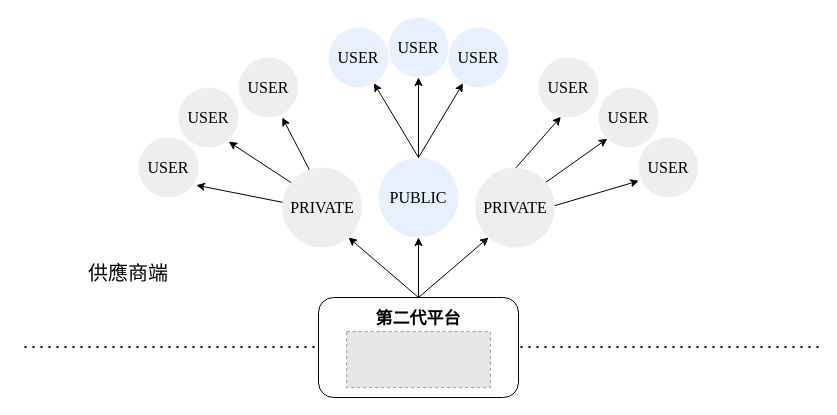
Above: 論文ver1/圖片/frontier平台階段二.drawio in carina419/NTUST (draw.io), before the change. Source tidied: cells renumbered, new cells numbered last; positions are measured from the earlier drawing's top-left corner, leaving out a move shared by most shapes. Both pictures are drawn from the tidied source at 100%, with x=0, y=0 at pixel (18, 17). Pictures stored in the file or linked from it are replaced by grey dashed boxes.
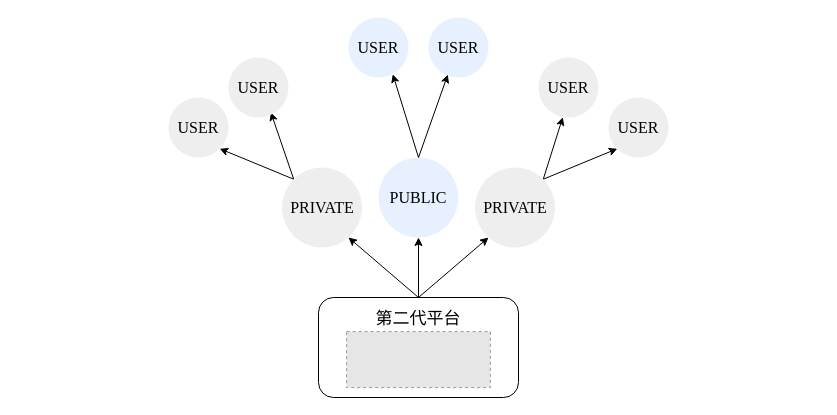
Above is the later version.

The change refers to these unchanged cells:
```xml
<mxCell id="9" value="&lt;font&gt;&lt;span style=&quot;font-size: 16px;&quot;&gt;PRIVATE&lt;/span&gt;&lt;/font&gt;" style="ellipse;whiteSpace=wrap;html=1;fillColor=#eeeeee;strokeColor=none;fontFamily=Garamond;" parent="1" vertex="1">
  <mxGeometry x="263.5" y="150" width="80" height="80" as="geometry" />
</mxCell>
<mxCell id="10" value="&lt;font&gt;&lt;span style=&quot;font-size: 16px;&quot;&gt;PRIVATE&lt;/span&gt;&lt;/font&gt;" style="ellipse;whiteSpace=wrap;html=1;fillColor=#eeeeee;strokeColor=none;fontFamily=Garamond;" parent="1" vertex="1">
  <mxGeometry x="456.5" y="150" width="80" height="80" as="geometry" />
</mxCell>
<mxCell id="18" value="&lt;div&gt;&lt;font&gt;&lt;span style=&quot;font-size: 16px;&quot;&gt;USER&lt;/span&gt;&lt;/font&gt;&lt;/div&gt;" style="ellipse;whiteSpace=wrap;html=1;fillColor=#eeeeee;strokeColor=none;fontFamily=Garamond;" parent="1" vertex="1">
  <mxGeometry x="520" y="40" width="60" height="60" as="geometry" />
</mxCell>
<mxCell id="22" style="group;" parent="21" vertex="1">
  <mxGeometry width="200" height="100" as="geometry" />
</mxCell>
```

The edit, as a diff of the source:
```diff
@@
-    <mxCell id="2" style="endArrow=none;dashed=1;html=1;dashPattern=1 3;strokeWidth=2;rounded=0;" parent="1" edge="1">
-      <mxGeometry relative="1" as="geometry">
-        <mxPoint x="800" y="329.4" as="sourcePoint" />
-        <mxPoint y="329.4" as="targetPoint" />
-        <Array as="points">
-          <mxPoint x="230" y="329.4" />
-        </Array>
-      </mxGeometry>
-    </mxCell>
-    <mxCell id="3" style="endArrow=classic;html=1;rounded=0;entryX=0.005;entryY=0.722;entryDx=0;entryDy=0;entryPerimeter=0;" parent="1" edge="1" target="20">
-      <mxGeometry relative="1" as="geometry">
-        <mxPoint x="530" y="190" as="sourcePoint" />
-      </mxGeometry>
+    <mxCell id="3" style="endArrow=classic;html=1;rounded=0;exitX=1;exitY=0;exitDx=0;exitDy=0;entryX=0;entryY=1;entryDx=0;entryDy=0;" parent="1" edge="1" source="10" target="20">
+      <mxGeometry relative="1" as="geometry" />
     </mxCell>
-    <mxCell id="4" style="endArrow=classic;html=1;rounded=0;entryX=0;entryY=1;entryDx=0;entryDy=0;" parent="1" edge="1" target="19">
-      <mxGeometry relative="1" as="geometry">
-        <mxPoint x="520" y="170" as="sourcePoint" />
-      </mxGeometry>
-    </mxCell>
-    <mxCell id="5" style="endArrow=classic;html=1;rounded=0;entryX=0.373;entryY=0.988;entryDx=0;entryDy=0;entryPerimeter=0;" parent="1" edge="1" target="18">
-      <mxGeometry relative="1" as="geometry">
-        <mxPoint x="480" y="170" as="sourcePoint" />
-      </mxGeometry>
+    <mxCell id="5" style="endArrow=classic;html=1;rounded=0;exitX=1;exitY=0;exitDx=0;exitDy=0;entryX=0.405;entryY=0.995;entryDx=0;entryDy=0;entryPerimeter=0;" parent="1" edge="1" source="10" target="18">
+      <mxGeometry relative="1" as="geometry" />
     </mxCell>
-    <mxCell id="6" style="endArrow=classic;html=1;rounded=0;entryX=0.965;entryY=0.795;entryDx=0;entryDy=0;entryPerimeter=0;" parent="1" edge="1" target="15">
-      <mxGeometry relative="1" as="geometry">
-        <mxPoint x="290" y="190" as="sourcePoint" />
-      </mxGeometry>
+    <mxCell id="6" style="endArrow=classic;html=1;rounded=0;exitX=0;exitY=0;exitDx=0;exitDy=0;entryX=1;entryY=1;entryDx=0;entryDy=0;" parent="1" edge="1" source="9" target="15">
+      <mxGeometry relative="1" as="geometry" />
     </mxCell>
-    <mxCell id="7" style="endArrow=classic;html=1;rounded=0;entryX=0.837;entryY=0.904;entryDx=0;entryDy=0;entryPerimeter=0;" parent="1" edge="1" target="12">
-      <mxGeometry relative="1" as="geometry">
-        <mxPoint x="280" y="170" as="sourcePoint" />
-      </mxGeometry>
-    </mxCell>
-    <mxCell id="8" style="endArrow=classic;html=1;rounded=0;entryX=0.73;entryY=1;entryDx=0;entryDy=0;entryPerimeter=0;" parent="1" edge="1" target="16">
-      <mxGeometry relative="1" as="geometry">
-        <mxPoint x="300" y="170" as="sourcePoint" />
-      </mxGeometry>
+    <mxCell id="8" style="endArrow=classic;html=1;rounded=0;entryX=0.706;entryY=0.915;entryDx=0;entryDy=0;entryPerimeter=0;exitX=0;exitY=0;exitDx=0;exitDy=0;" parent="1" edge="1" source="9" target="16">
+      <mxGeometry relative="1" as="geometry" />
     </mxCell>
@@
-    <mxCell id="12" value="&lt;div&gt;&lt;font&gt;&lt;span style=&quot;font-size: 16px;&quot;&gt;USER&lt;/span&gt;&lt;/font&gt;&lt;/div&gt;" style="ellipse;whiteSpace=wrap;html=1;fillColor=#eeeeee;strokeColor=none;fontFamily=Garamond;" parent="1" vertex="1">
-      <mxGeometry x="160" y="70" width="60" height="60" as="geometry" />
-    </mxCell>
-    <mxCell id="13" value="&lt;div&gt;&lt;font&gt;&lt;span style=&quot;font-size: 16px;&quot;&gt;USER&lt;/span&gt;&lt;/font&gt;&lt;/div&gt;" style="ellipse;whiteSpace=wrap;html=1;strokeColor=none;fontFamily=Garamond;fillColor=#E7F0FF;" parent="1" vertex="1">
-      <mxGeometry x="370" width="60" height="60" as="geometry" />
-    </mxCell>
     <mxCell id="14" value="&lt;div&gt;&lt;font&gt;&lt;span style=&quot;font-size: 16px;&quot;&gt;USER&lt;/span&gt;&lt;/font&gt;&lt;/div&gt;" style="ellipse;whiteSpace=wrap;html=1;strokeColor=none;fontFamily=Garamond;fillColor=#E7F0FF;" parent="1" vertex="1">
-      <mxGeometry x="430" y="10" width="60" height="60" as="geometry" />
+      <mxGeometry x="410" width="60" height="60" as="geometry" />
     </mxCell>
     <mxCell id="15" value="&lt;div&gt;&lt;font&gt;&lt;span style=&quot;font-size: 16px;&quot;&gt;USER&lt;/span&gt;&lt;/font&gt;&lt;/div&gt;" style="ellipse;whiteSpace=wrap;html=1;fillColor=#eeeeee;strokeColor=none;fontFamily=Garamond;" parent="1" vertex="1">
-      <mxGeometry x="120" y="120" width="60" height="60" as="geometry" />
+      <mxGeometry x="150" y="80" width="60" height="60" as="geometry" />
     </mxCell>
     <mxCell id="16" value="&lt;div&gt;&lt;font&gt;&lt;span style=&quot;font-size: 16px;&quot;&gt;USER&lt;/span&gt;&lt;/font&gt;&lt;/div&gt;" style="ellipse;whiteSpace=wrap;html=1;fillColor=#eeeeee;strokeColor=none;fontFamily=Garamond;" parent="1" vertex="1">
-      <mxGeometry x="220" y="40" width="60" height="60" as="geometry" />
+      <mxGeometry x="210" y="40" width="60" height="60" as="geometry" />
     </mxCell>
     <mxCell id="17" value="&lt;div&gt;&lt;font&gt;&lt;span style=&quot;font-size: 16px;&quot;&gt;USER&lt;/span&gt;&lt;/font&gt;&lt;/div&gt;" style="ellipse;whiteSpace=wrap;html=1;strokeColor=none;fontFamily=Garamond;fillColor=#E7F0FF;" parent="1" vertex="1">
-      <mxGeometry x="310" y="10" width="60" height="60" as="geometry" />
+      <mxGeometry x="330" width="60" height="60" as="geometry" />
     </mxCell>
@@
-    <mxCell id="19" value="&lt;div&gt;&lt;font&gt;&lt;span style=&quot;font-size: 16px;&quot;&gt;USER&lt;/span&gt;&lt;/font&gt;&lt;/div&gt;" style="ellipse;whiteSpace=wrap;html=1;fillColor=#eeeeee;strokeColor=none;fontFamily=Garamond;" parent="1" vertex="1">
-      <mxGeometry x="580" y="70" width="60" height="60" as="geometry" />
-    </mxCell>
     <mxCell id="20" value="&lt;div&gt;&lt;font&gt;&lt;span style=&quot;font-size: 16px;&quot;&gt;USER&lt;/span&gt;&lt;/font&gt;&lt;/div&gt;" style="ellipse;whiteSpace=wrap;html=1;fillColor=#eeeeee;strokeColor=none;fontFamily=Garamond;" parent="1" vertex="1">
-      <mxGeometry x="620" y="120" width="60" height="60" as="geometry" />
+      <mxGeometry x="590" y="80" width="60" height="60" as="geometry" />
     </mxCell>
@@
-    <mxCell id="23" value="&lt;font style=&quot;font-size: 17px;&quot; face=&quot;標楷體&quot;&gt;&lt;b style=&quot;&quot;&gt;第二代平台&lt;/b&gt;&lt;/font&gt;&lt;div&gt;&lt;font face=&quot;標楷體&quot;&gt;&lt;b&gt;&lt;br&gt;&lt;/b&gt;&lt;/font&gt;&lt;/div&gt;&lt;div&gt;&lt;font face=&quot;標楷體&quot;&gt;&lt;b&gt;&lt;br&gt;&lt;/b&gt;&lt;/font&gt;&lt;/div&gt;&lt;div&gt;&lt;font face=&quot;標楷體&quot;&gt;&lt;b&gt;&lt;br&gt;&lt;/b&gt;&lt;/font&gt;&lt;/div&gt;&lt;div&gt;&lt;font face=&quot;標楷體&quot;&gt;&lt;b&gt;&lt;br&gt;&lt;/b&gt;&lt;/font&gt;&lt;/div&gt;" style="rounded=1;whiteSpace=wrap;html=1;" parent="22" vertex="1">
+    <mxCell id="23" value="&lt;font style=&quot;font-size: 17px;&quot; face=&quot;標楷體&quot;&gt;第二代平台&lt;/font&gt;&lt;div&gt;&lt;font face=&quot;標楷體&quot;&gt;&lt;br&gt;&lt;/font&gt;&lt;/div&gt;&lt;div&gt;&lt;font face=&quot;標楷體&quot;&gt;&lt;br&gt;&lt;/font&gt;&lt;/div&gt;&lt;div&gt;&lt;font face=&quot;標楷體&quot;&gt;&lt;br&gt;&lt;/font&gt;&lt;/div&gt;&lt;div&gt;&lt;font face=&quot;標楷體&quot;&gt;&lt;b&gt;&lt;br&gt;&lt;/b&gt;&lt;/font&gt;&lt;/div&gt;" style="rounded=1;whiteSpace=wrap;html=1;" parent="22" vertex="1">
       <mxGeometry width="200" height="100" as="geometry" />
     </mxCell>
@@
-    <mxCell id="26" style="endArrow=classic;html=1;rounded=0;entryX=0.5;entryY=1;entryDx=0;entryDy=0;" parent="1" edge="1" target="13">
-      <mxGeometry relative="1" as="geometry">
-        <mxPoint x="400" y="140" as="sourcePoint" />
-      </mxGeometry>
-    </mxCell>
-    <mxCell id="27" style="endArrow=classic;html=1;rounded=0;" parent="1" edge="1" target="17">
+    <mxCell id="27" style="endArrow=classic;html=1;rounded=0;entryX=0.738;entryY=0.946;entryDx=0;entryDy=0;entryPerimeter=0;" parent="1" edge="1" target="17">
       <mxGeometry relative="1" as="geometry">
         <mxPoint x="400" y="140" as="sourcePoint" />
       </mxGeometry>
     </mxCell>
-    <mxCell id="28" style="endArrow=classic;html=1;rounded=0;" parent="1" edge="1" target="14">
+    <mxCell id="28" style="endArrow=classic;html=1;rounded=0;entryX=0.322;entryY=0.951;entryDx=0;entryDy=0;entryPerimeter=0;" parent="1" edge="1" target="14">
       <mxGeometry relative="1" as="geometry">
         <mxPoint x="400" y="140" as="sourcePoint" />
       </mxGeometry>
     </mxCell>
@@
-    <mxCell id="31" value="&lt;font face=&quot;標楷體&quot; style=&quot;font-size: 20px;&quot;&gt;供應商&lt;/font&gt;&lt;span style=&quot;background-color: transparent; color: light-dark(rgb(0, 0, 0), rgb(255, 255, 255)); font-size: 20px; font-family: 標楷體;&quot;&gt;端&lt;/span&gt;" style="text;html=1;align=center;verticalAlign=middle;whiteSpace=wrap;rounded=0;" parent="1" vertex="1">
-      <mxGeometry x="60" y="240" width="100" height="30" as="geometry" />
-    </mxCell>
```
